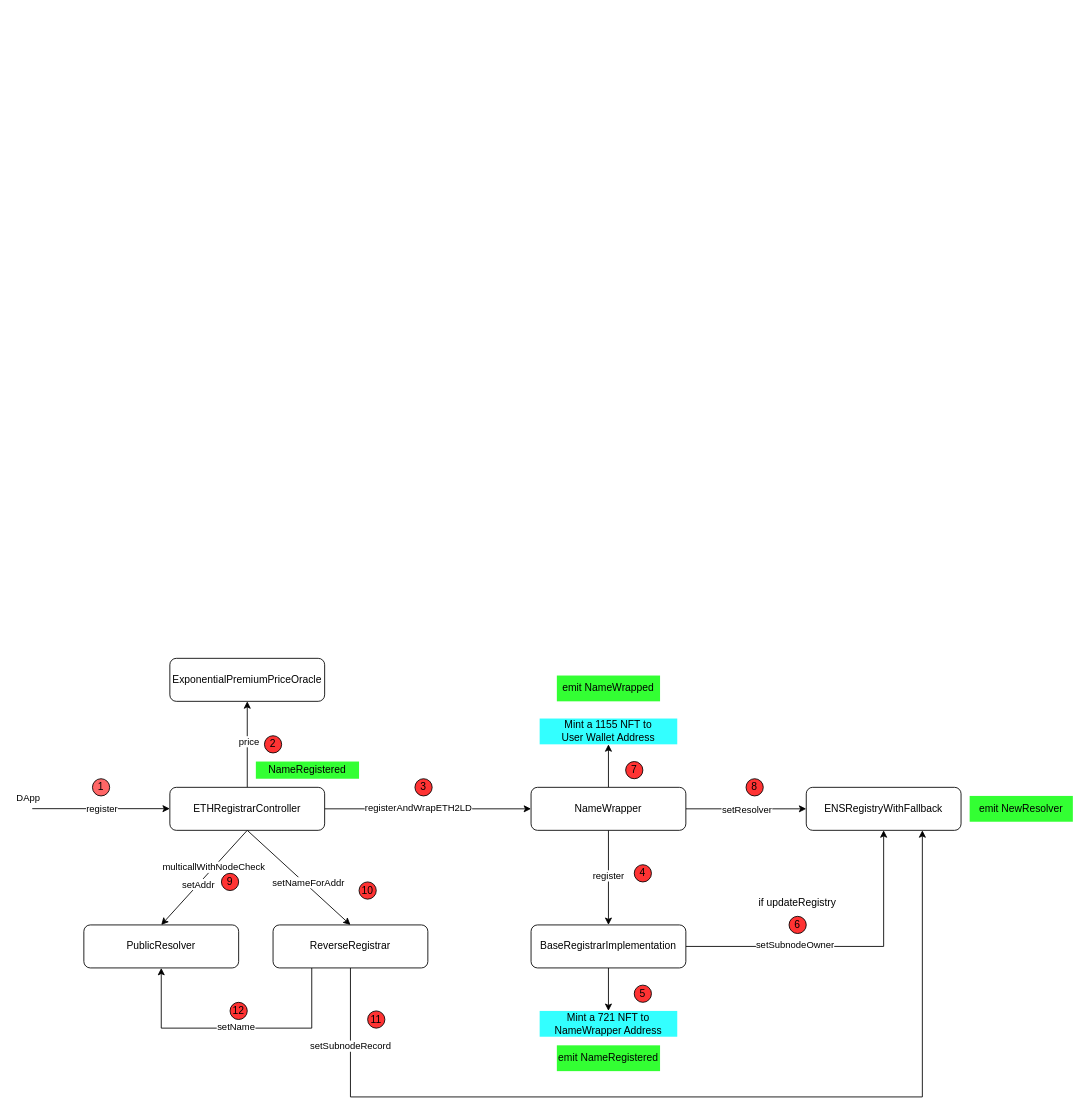
Before: page "ens" (4 of 5) of outdoor.drawio in jxu86/project-uml, a draw.io diagram. Source tidied: cells renumbered, new cells numbered last; positions are measured from the earlier drawing's top-left corner, leaving out a move shared by most shapes. Both pictures are drawn from the tidied source at 86%, with x=0, y=0 at pixel (32, 658).
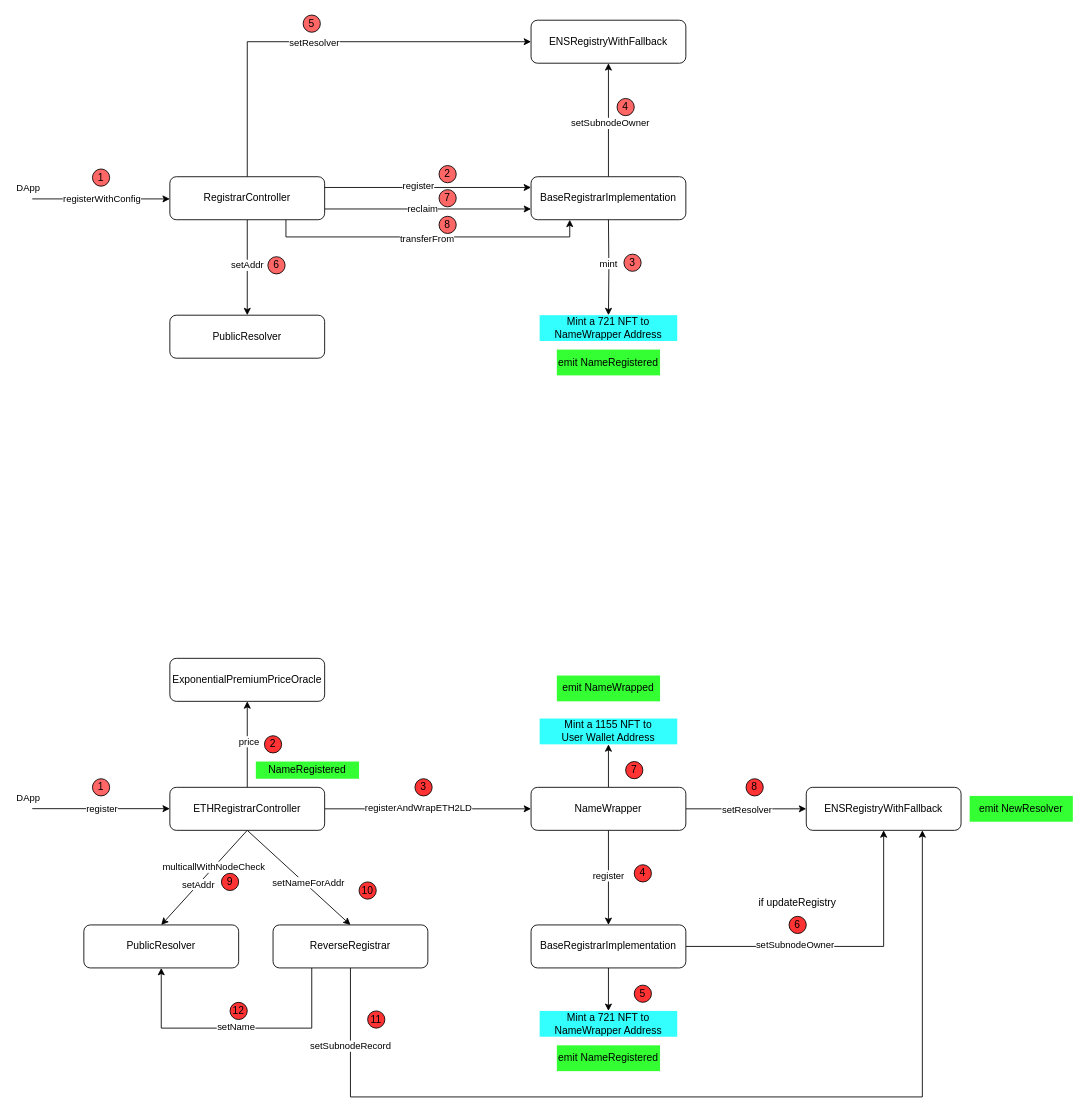
Above is the later version.

The edit, as a diff of the source:
```diff
@@
+    <mxCell id="52" style="edgeStyle=orthogonalEdgeStyle;rounded=0;jettySize=auto;html=1;" parent="1" edge="1" source="54" target="55">
+      <mxGeometry relative="1" as="geometry" />
+    </mxCell>
+    <mxCell id="53" value="setSubnodeOwner" style="edgeLabel;html=1;align=center;verticalAlign=middle;" parent="52" vertex="1">
+      <mxGeometry x="-0.04" y="-1" relative="1" as="geometry" />
+    </mxCell>
+    <mxCell id="54" value="BaseRegistrarImplementation" style="rounded=1;whiteSpace=wrap;html=1;" parent="1" vertex="1">
+      <mxGeometry x="580" y="-560" width="180" height="50" as="geometry" />
+    </mxCell>
+    <mxCell id="55" value="ENSRegistryWithFallback" style="rounded=1;whiteSpace=wrap;html=1;" parent="1" vertex="1">
+      <mxGeometry x="580" y="-742" width="180" height="50" as="geometry" />
+    </mxCell>
+    <mxCell id="56" style="edgeStyle=orthogonalEdgeStyle;rounded=0;jettySize=auto;html=1;exitX=0.5;exitY=0;exitDx=0;exitDy=0;entryX=0;entryY=0.5;entryDx=0;entryDy=0;" parent="1" edge="1" source="64" target="55">
+      <mxGeometry relative="1" as="geometry" />
+    </mxCell>
+    <mxCell id="57" value="setResolver" style="edgeLabel;html=1;align=center;verticalAlign=middle;" parent="56" vertex="1">
+      <mxGeometry x="-0.04" relative="1" as="geometry" />
+    </mxCell>
+    <mxCell id="58" style="edgeStyle=orthogonalEdgeStyle;rounded=0;jettySize=auto;html=1;exitX=0.5;exitY=1;exitDx=0;exitDy=0;entryX=0.5;entryY=0;entryDx=0;entryDy=0;" parent="1" edge="1" source="64" target="75">
+      <mxGeometry relative="1" as="geometry" />
+    </mxCell>
+    <mxCell id="59" value="setAddr" style="edgeLabel;html=1;align=center;verticalAlign=middle;" parent="58" vertex="1">
+      <mxGeometry x="-0.06" y="-1" relative="1" as="geometry" />
+    </mxCell>
+    <mxCell id="60" style="edgeStyle=orthogonalEdgeStyle;rounded=0;jettySize=auto;html=1;exitX=1;exitY=0.75;exitDx=0;exitDy=0;entryX=0;entryY=0.75;entryDx=0;entryDy=0;" parent="1" edge="1" source="64" target="54">
+      <mxGeometry relative="1" as="geometry" />
+    </mxCell>
+    <mxCell id="61" value="reclaim" style="edgeLabel;html=1;align=center;verticalAlign=middle;" parent="60" vertex="1">
+      <mxGeometry x="-0.06" y="1" relative="1" as="geometry" />
+    </mxCell>
+    <mxCell id="62" style="edgeStyle=orthogonalEdgeStyle;rounded=0;jettySize=auto;html=1;exitX=0.75;exitY=1;exitDx=0;exitDy=0;entryX=0.25;entryY=1;entryDx=0;entryDy=0;" parent="1" edge="1" source="64" target="54">
+      <mxGeometry relative="1" as="geometry">
+        <Array as="points">
+          <mxPoint x="295" y="-490" />
+          <mxPoint x="625" y="-490" />
+        </Array>
+      </mxGeometry>
+    </mxCell>
+    <mxCell id="63" value="transferFrom" style="edgeLabel;html=1;align=center;verticalAlign=middle;" parent="62" vertex="1">
+      <mxGeometry x="-0.01" y="-1" relative="1" as="geometry" />
+    </mxCell>
+    <mxCell id="64" value="RegistrarController" style="rounded=1;whiteSpace=wrap;html=1;" parent="1" vertex="1">
+      <mxGeometry x="160" y="-560" width="180" height="50" as="geometry" />
+    </mxCell>
+    <mxCell id="65" style="endArrow=classic;html=1;rounded=0;" parent="1" edge="1">
+      <mxGeometry relative="1" as="geometry">
+        <mxPoint y="-534.2" as="sourcePoint" />
+        <mxPoint x="160" y="-534.2" as="targetPoint" />
+      </mxGeometry>
+    </mxCell>
+    <mxCell id="66" value="registerWithConfig" style="edgeLabel;html=1;align=center;verticalAlign=middle;" parent="65" vertex="1">
+      <mxGeometry relative="1" as="geometry" />
+    </mxCell>
+    <mxCell id="67" value="DApp" style="edgeLabel;html=1;align=left;verticalAlign=bottom;" parent="65" vertex="1">
+      <mxGeometry x="-1" relative="1" as="geometry">
+        <mxPoint x="-20" y="-5" as="offset" />
+      </mxGeometry>
+    </mxCell>
+    <mxCell id="68" value="1" style="ellipse;whiteSpace=wrap;html=1;fillColor=#FF6666;" parent="1" vertex="1">
+      <mxGeometry x="70" y="-569" width="20" height="20" as="geometry" />
+    </mxCell>
+    <mxCell id="69" style="edgeStyle=none;rounded=0;jettySize=auto;html=1;entryX=0;entryY=0.25;entryDx=0;entryDy=0;exitX=1;exitY=0.25;exitDx=0;exitDy=0;" parent="1" edge="1" source="64" target="54">
+      <mxGeometry relative="1" as="geometry" />
+    </mxCell>
+    <mxCell id="70" value="register" style="edgeLabel;html=1;align=center;verticalAlign=middle;" parent="69" vertex="1">
+      <mxGeometry x="-0.1" y="2" relative="1" as="geometry" />
+    </mxCell>
+    <mxCell id="71" style="edgeStyle=orthogonalEdgeStyle;rounded=0;jettySize=auto;html=1;entryX=0.5;entryY=0;entryDx=0;entryDy=0;" parent="1" edge="1" target="73">
+      <mxGeometry relative="1" as="geometry">
+        <mxPoint x="670" y="-510" as="sourcePoint" />
+      </mxGeometry>
+    </mxCell>
+    <mxCell id="72" value="mint" style="edgeLabel;html=1;align=center;verticalAlign=middle;" parent="71" vertex="1">
+      <mxGeometry x="-0.11" y="-1" relative="1" as="geometry" />
+    </mxCell>
+    <mxCell id="73" value="Mint a 721 NFT to NameWrapper Address" style="text;html=1;strokeColor=none;fillColor=#33FFFF;align=center;verticalAlign=middle;whiteSpace=wrap;rounded=0;" parent="1" vertex="1">
+      <mxGeometry x="590" y="-399" width="160" height="30" as="geometry" />
+    </mxCell>
+    <mxCell id="74" value="emit NameRegistered" style="text;html=1;strokeColor=none;fillColor=#33FF33;align=center;verticalAlign=middle;whiteSpace=wrap;rounded=0;" parent="1" vertex="1">
+      <mxGeometry x="610" y="-359" width="120" height="30" as="geometry" />
+    </mxCell>
+    <mxCell id="75" value="PublicResolver" style="rounded=1;whiteSpace=wrap;html=1;" parent="1" vertex="1">
+      <mxGeometry x="160" y="-399" width="180" height="50" as="geometry" />
+    </mxCell>
+    <mxCell id="76" value="2" style="ellipse;whiteSpace=wrap;html=1;fillColor=#FF6666;" parent="1" vertex="1">
+      <mxGeometry x="473" y="-573" width="20" height="20" as="geometry" />
+    </mxCell>
+    <mxCell id="77" value="3" style="ellipse;whiteSpace=wrap;html=1;fillColor=#FF6666;" parent="1" vertex="1">
+      <mxGeometry x="688" y="-470" width="20" height="20" as="geometry" />
+    </mxCell>
+    <mxCell id="78" value="6" style="ellipse;whiteSpace=wrap;html=1;fillColor=#FF6666;" parent="1" vertex="1">
+      <mxGeometry x="274" y="-467" width="20" height="20" as="geometry" />
+    </mxCell>
+    <mxCell id="79" value="7" style="ellipse;whiteSpace=wrap;html=1;fillColor=#FF6666;" parent="1" vertex="1">
+      <mxGeometry x="473" y="-545" width="20" height="20" as="geometry" />
+    </mxCell>
+    <mxCell id="80" value="8" style="ellipse;whiteSpace=wrap;html=1;fillColor=#FF6666;" parent="1" vertex="1">
+      <mxGeometry x="473" y="-514" width="20" height="20" as="geometry" />
+    </mxCell>
+    <mxCell id="81" value="4" style="ellipse;whiteSpace=wrap;html=1;fillColor=#FF6666;" parent="1" vertex="1">
+      <mxGeometry x="680" y="-651" width="20" height="20" as="geometry" />
+    </mxCell>
+    <mxCell id="82" value="5" style="ellipse;whiteSpace=wrap;html=1;fillColor=#FF6666;" parent="1" vertex="1">
+      <mxGeometry x="315" y="-748" width="20" height="20" as="geometry" />
+    </mxCell>
```
